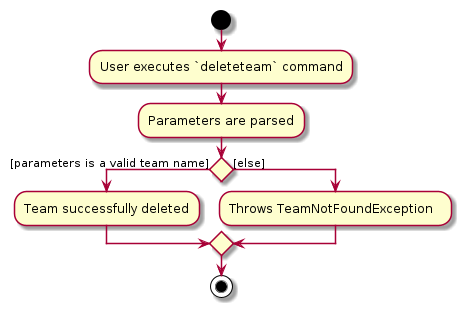
This is diagrams/DeleteTeamCommandDiagram.png from AY2324S1-CS2103T-W11-4/tp, a PlantUML export, as it was before one commit. Its source is kept beside it as diagrams/DeleteTeamCommandDiagram.puml.
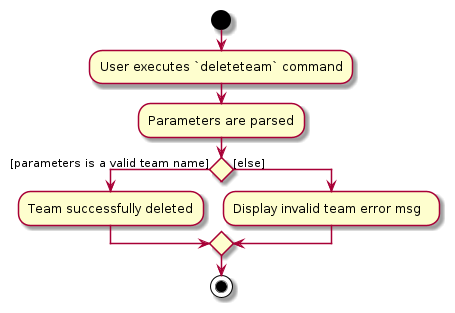
Above is the later version.

The edit, as a diff of the source:
```diff
@@ -8,7 +8,7 @@
 :Team successfully deleted;
 
 else ([else])
-:Throws TeamNotFoundException  ;
+:Display invalid team error msg  ;
 
 endif
 
```
